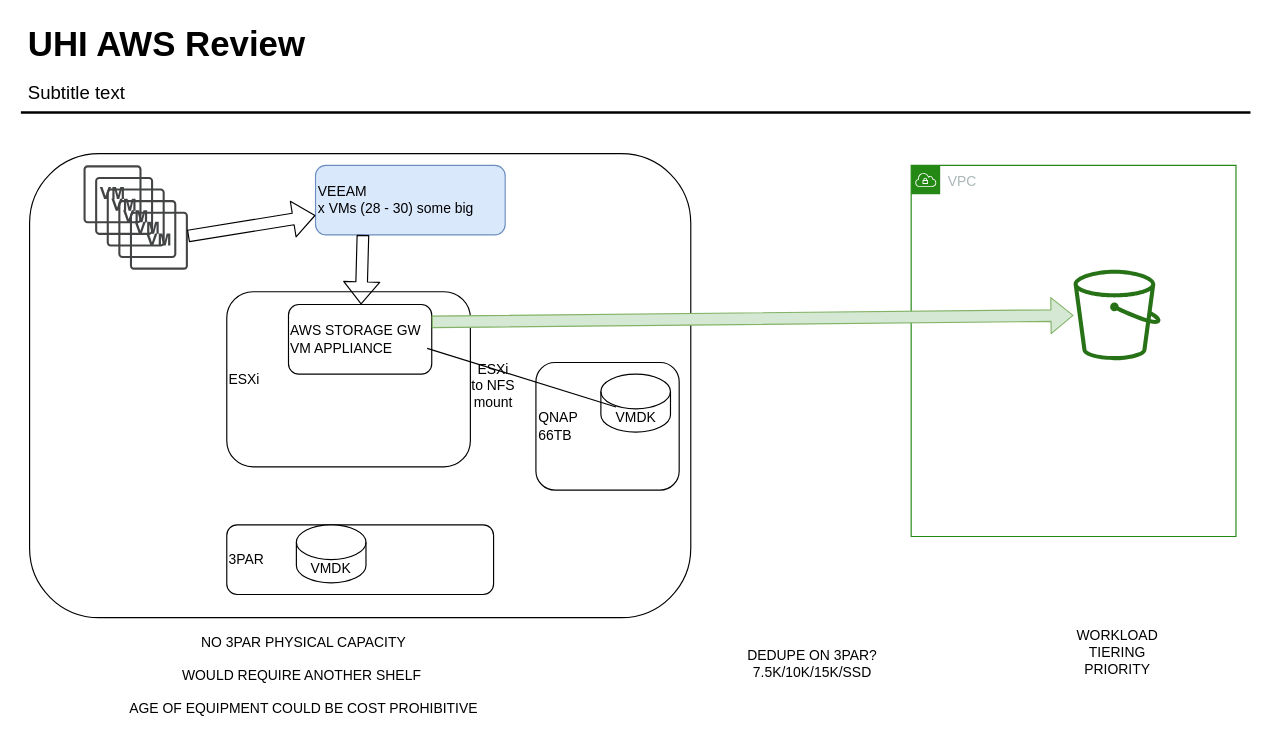
Above: page "Copy of LARGE LOCAL" (5 of 11) of uhi.drawio in taupoali/awsdiagrams (draw.io), before the change. Source tidied: cells renumbered, new cells numbered last; positions are measured from the earlier drawing's top-left corner, leaving out a move shared by most shapes. Both pictures are drawn from the tidied source at 116%, with x=0, y=0 at pixel (20, 19).
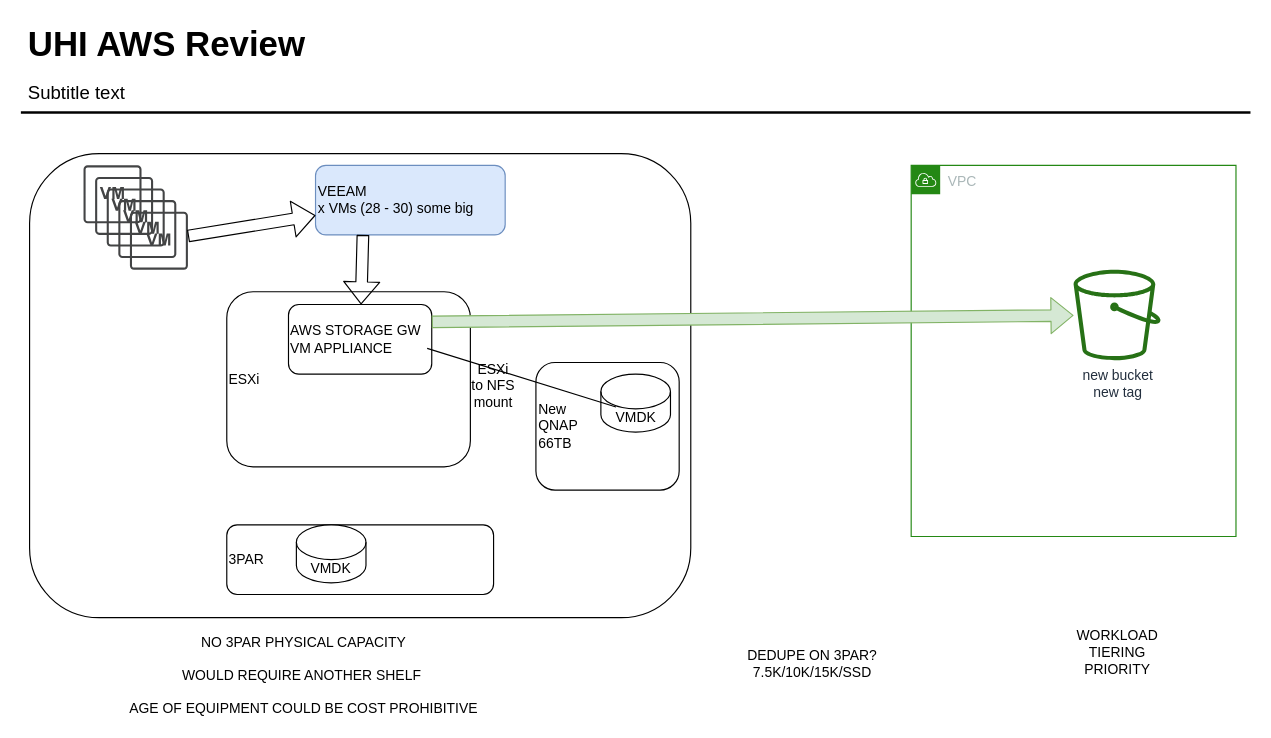
The same page after the edit.

What changed in the source:
```diff
@@
-    <mxCell id="16" style="outlineConnect=0;fontColor=#232F3E;gradientColor=none;fillColor=#277116;strokeColor=none;dashed=0;verticalLabelPosition=bottom;verticalAlign=top;align=center;html=1;fontSize=12;fontStyle=0;shape=mxgraph.aws4.bucket;" parent="1" vertex="1">
+    <mxCell id="16" value="new bucket&lt;br&gt;new tag" style="outlineConnect=0;fontColor=#232F3E;gradientColor=none;fillColor=#277116;strokeColor=none;dashed=0;verticalLabelPosition=bottom;verticalAlign=top;align=center;html=1;fontSize=12;fontStyle=0;shape=mxgraph.aws4.bucket;" parent="1" vertex="1">
       <mxGeometry x="908" y="216" width="75" height="78" as="geometry" />
     </mxCell>
@@
-    <mxCell id="22" value="QNAP&lt;br&gt;66TB" style="rounded=1;whiteSpace=wrap;html=1;align=left;" parent="1" vertex="1">
+    <mxCell id="22" value="New&lt;br&gt;QNAP&lt;br&gt;66TB" style="rounded=1;whiteSpace=wrap;html=1;align=left;" parent="1" vertex="1">
       <mxGeometry x="444.5" y="296" width="123.5" height="110" as="geometry" />
     </mxCell>
```
